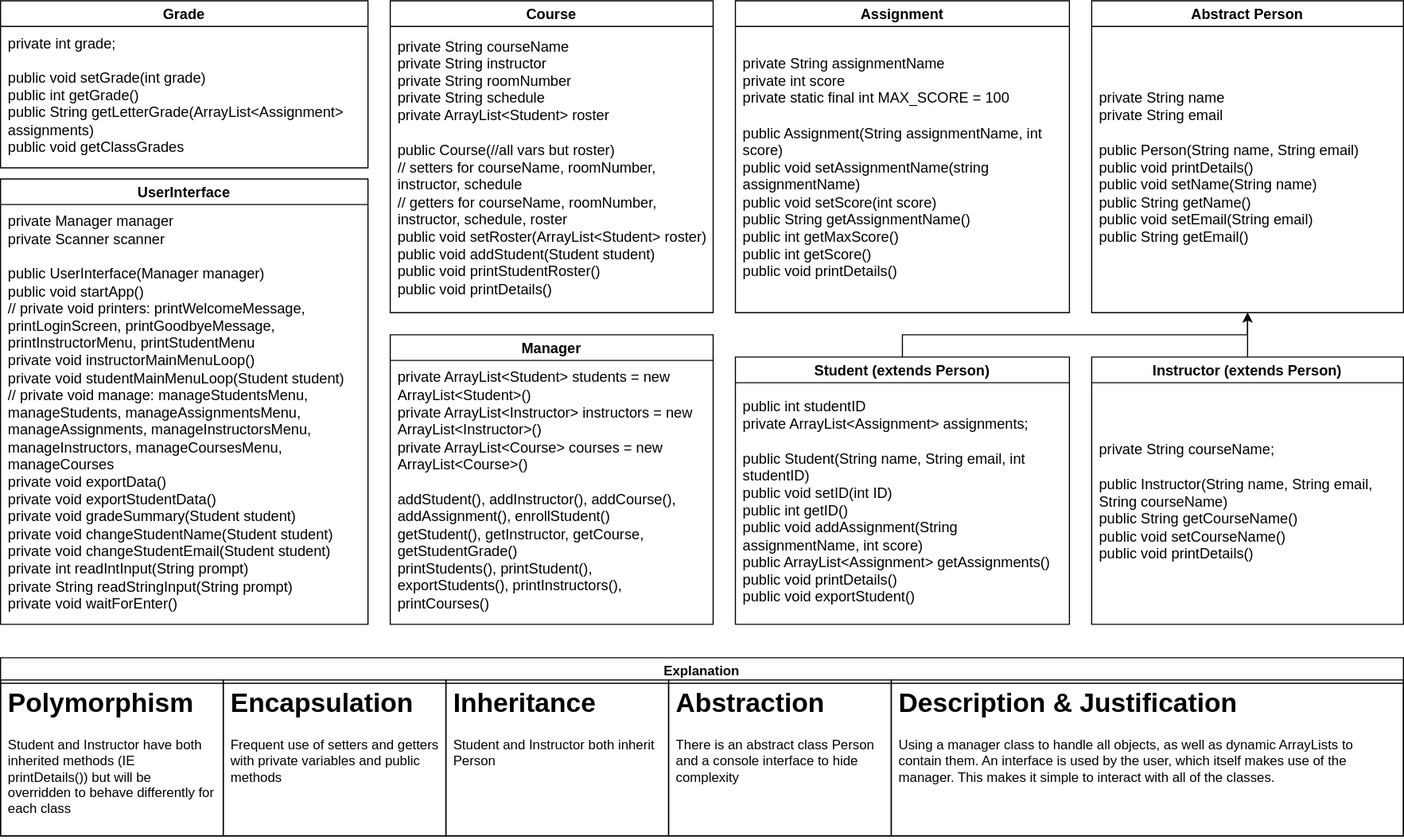
This is CourseManagementSystem_Team-Design.drawio.svg from brianrey/PasoEats, a draw.io export, as it was before one commit. Source tidied: cells renumbered, new cells last; positions are measured from the earlier drawing's top-left corner, leaving out a move shared by most shapes. The source it was exported from:
```xml
<mxGraphModel>
  <root>
    <mxCell id="0" />
    <mxCell id="1" parent="0" />
    <mxCell id="2" value="&lt;div align=&quot;center&quot;&gt;Course&lt;/div&gt;" style="swimlane;whiteSpace=wrap;html=1;fontSize=13;align=center;spacingLeft=5;spacingRight=5;spacing=2;labelBackgroundColor=none;labelBorderColor=none;textShadow=0;" parent="1" vertex="1">
      <mxGeometry x="350" width="290" height="280" as="geometry" />
    </mxCell>
    <mxCell id="3" value="&lt;div&gt;private String courseName&lt;/div&gt;&lt;div&gt;private String instructor&lt;/div&gt;&lt;div&gt;private String roomNumber&lt;/div&gt;&lt;div&gt;private String schedule&lt;/div&gt;&lt;div&gt;private ArrayList&amp;lt;Student&amp;gt; roster&lt;/div&gt;&lt;div&gt;&lt;br&gt;&lt;/div&gt;&lt;div&gt;public Course(//all vars but roster)&lt;/div&gt;&lt;div&gt;// setters for courseName, roomNumber, instructor, schedule&lt;/div&gt;&lt;div&gt;// getters for courseName, roomNumber, instructor, schedule, roster&lt;/div&gt;&lt;div&gt;public void setRoster(ArrayList&amp;lt;Student&amp;gt; roster)&lt;/div&gt;&lt;div&gt;public void addStudent(Student student)&lt;/div&gt;&lt;div&gt;public void printStudentRoster()&lt;/div&gt;&lt;div&gt;public void printDetails()&lt;/div&gt;" style="text;html=1;align=left;verticalAlign=middle;whiteSpace=wrap;rounded=0;fontSize=13;spacingLeft=5;spacingRight=5;spacing=2;labelBackgroundColor=none;labelBorderColor=none;textShadow=0;" parent="2" vertex="1">
      <mxGeometry y="20" width="290" height="260" as="geometry" />
    </mxCell>
    <mxCell id="4" style="edgeStyle=orthogonalEdgeStyle;rounded=0;jettySize=auto;html=1;exitX=0.5;exitY=0;exitDx=0;exitDy=0;entryX=0.5;entryY=1;entryDx=0;entryDy=0;align=left;spacingLeft=5;spacingRight=5;spacing=2;labelBackgroundColor=none;labelBorderColor=none;textShadow=0;" parent="1" edge="1" source="5" target="15">
      <mxGeometry relative="1" as="geometry" />
    </mxCell>
    <mxCell id="5" value="&lt;div align=&quot;center&quot;&gt;Student (extends Person)&lt;/div&gt;" style="swimlane;whiteSpace=wrap;html=1;fontSize=13;align=center;spacingLeft=5;spacingRight=5;spacing=2;labelBackgroundColor=none;labelBorderColor=none;textShadow=0;" parent="1" vertex="1">
      <mxGeometry x="660" y="320" width="300" height="240" as="geometry" />
    </mxCell>
    <mxCell id="6" value="&lt;div&gt;&lt;div&gt;public int studentID&lt;/div&gt;&lt;div&gt;private ArrayList&amp;lt;Assignment&amp;gt; assignments;&lt;/div&gt;&lt;div&gt;&lt;br&gt;&lt;/div&gt;&lt;div&gt;public Student(String name, String email, int studentID)&lt;/div&gt;&lt;/div&gt;&lt;div&gt;public void setID(int ID)&lt;/div&gt;&lt;div&gt;public int getID()&lt;/div&gt;&lt;div&gt;public void addAssignment(String assignmentName, int score)&lt;/div&gt;&lt;div&gt;public ArrayList&amp;lt;Assignment&amp;gt; getAssignments()&lt;/div&gt;&lt;div&gt;&lt;div&gt;&lt;div&gt;public void printDetails()&lt;/div&gt;&lt;div&gt;public void exportStudent()&lt;/div&gt;&lt;/div&gt;&lt;/div&gt;" style="text;html=1;align=left;verticalAlign=middle;whiteSpace=wrap;rounded=0;fontSize=13;spacingLeft=5;spacingRight=5;spacing=2;labelBackgroundColor=none;labelBorderColor=none;textShadow=0;" parent="5" vertex="1">
      <mxGeometry y="20" width="300" height="220" as="geometry" />
    </mxCell>
    <mxCell id="7" value="&lt;div align=&quot;center&quot;&gt;Assignment&lt;/div&gt;" style="swimlane;whiteSpace=wrap;html=1;fontSize=13;align=center;spacingLeft=5;spacingRight=5;spacing=2;labelBackgroundColor=none;labelBorderColor=none;textShadow=0;" parent="1" vertex="1">
      <mxGeometry x="660" width="300" height="280" as="geometry" />
    </mxCell>
    <mxCell id="8" value="&lt;div&gt;private String assignmentName&lt;/div&gt;&lt;div&gt;private int score&lt;/div&gt;&lt;div&gt;private static final int MAX_SCORE = 100&lt;/div&gt;&lt;div&gt;&lt;br&gt;&lt;/div&gt;&lt;div&gt;public Assignment(String assignmentName, int score)&lt;/div&gt;&lt;div&gt;public void setAssignmentName(string assignmentName)&lt;/div&gt;&lt;div&gt;public void setScore(int score)&lt;/div&gt;&lt;div&gt;public String getAssignmentName()&lt;/div&gt;&lt;div&gt;public int getMaxScore()&lt;/div&gt;&lt;div&gt;public int getScore()&lt;/div&gt;&lt;div&gt;public void printDetails()&lt;/div&gt;" style="text;html=1;align=left;verticalAlign=middle;whiteSpace=wrap;rounded=0;fontSize=13;spacingLeft=5;spacingRight=5;spacing=2;labelBackgroundColor=none;labelBorderColor=none;textShadow=0;" parent="7" vertex="1">
      <mxGeometry y="20" width="300" height="260" as="geometry" />
    </mxCell>
    <mxCell id="9" value="&lt;div align=&quot;center&quot;&gt;Grade&lt;/div&gt;" style="swimlane;whiteSpace=wrap;html=1;fontSize=13;align=center;spacingLeft=5;spacingRight=5;spacing=2;labelBackgroundColor=none;labelBorderColor=none;textShadow=0;" parent="1" vertex="1">
      <mxGeometry width="330" height="150" as="geometry" />
    </mxCell>
    <mxCell id="10" value="&lt;div&gt;private int grade;&lt;/div&gt;&lt;div&gt;&lt;br&gt;&lt;/div&gt;&lt;div&gt;public void setGrade(int grade)&lt;/div&gt;&lt;div&gt;public int getGrade()&lt;/div&gt;&lt;div&gt;public String getLetterGrade(ArrayList&amp;lt;Assignment&amp;gt; assignments)&lt;/div&gt;&lt;div&gt;public void getClassGrades&lt;/div&gt;" style="text;html=1;align=left;verticalAlign=middle;whiteSpace=wrap;rounded=0;fontSize=13;spacingLeft=5;spacingRight=5;spacing=2;labelBackgroundColor=none;labelBorderColor=none;textShadow=0;" parent="9" vertex="1">
      <mxGeometry y="20" width="330" height="130" as="geometry" />
    </mxCell>
    <mxCell id="11" style="edgeStyle=orthogonalEdgeStyle;rounded=0;jettySize=auto;html=1;exitX=0.5;exitY=0;exitDx=0;exitDy=0;entryX=0.5;entryY=1;entryDx=0;entryDy=0;align=left;spacingLeft=5;spacingRight=5;spacing=2;labelBackgroundColor=none;labelBorderColor=none;textShadow=0;" parent="1" edge="1" source="12" target="15">
      <mxGeometry relative="1" as="geometry" />
    </mxCell>
    <mxCell id="12" value="&lt;div align=&quot;center&quot;&gt;Instructor (extends Person)&lt;/div&gt;" style="swimlane;whiteSpace=wrap;html=1;fontSize=13;align=center;spacingLeft=5;spacingRight=5;spacing=2;labelBackgroundColor=none;labelBorderColor=none;textShadow=0;" parent="1" vertex="1">
      <mxGeometry x="980" y="320" width="280" height="240" as="geometry" />
    </mxCell>
    <mxCell id="13" value="&lt;div&gt;private String courseName;&lt;/div&gt;&lt;div&gt;&lt;br&gt;&lt;/div&gt;&lt;div&gt;public Instructor(String name, String email, String courseName)&lt;/div&gt;&lt;div&gt;public String getCourseName()&lt;/div&gt;&lt;div&gt;public void setCourseName()&lt;/div&gt;&lt;div&gt;public void printDetails()&lt;/div&gt;" style="text;html=1;align=left;verticalAlign=middle;whiteSpace=wrap;rounded=0;fontSize=13;spacingLeft=5;spacingRight=5;spacing=2;labelBackgroundColor=none;labelBorderColor=none;textShadow=0;" parent="12" vertex="1">
      <mxGeometry y="20" width="280" height="220" as="geometry" />
    </mxCell>
    <mxCell id="14" value="&lt;div align=&quot;center&quot;&gt;Abstract Person&lt;/div&gt;" style="swimlane;whiteSpace=wrap;html=1;fontSize=13;align=center;spacingLeft=5;spacingRight=5;spacing=2;labelBackgroundColor=none;labelBorderColor=none;textShadow=0;" parent="1" vertex="1">
      <mxGeometry x="980" width="280" height="280" as="geometry" />
    </mxCell>
    <mxCell id="15" value="&lt;div&gt;private String name&lt;/div&gt;&lt;div&gt;private String email&lt;/div&gt;&lt;div&gt;&lt;br&gt;&lt;/div&gt;&lt;div&gt;&lt;div&gt;public Person(String name, String email)&lt;/div&gt;&lt;div&gt;public void printDetails()&lt;/div&gt;&lt;/div&gt;&lt;div&gt;public void setName(String name)&lt;/div&gt;&lt;div&gt;public String getName()&lt;/div&gt;&lt;div&gt;public void setEmail(String email)&lt;/div&gt;&lt;div&gt;public String getEmail()&lt;/div&gt;" style="text;html=1;align=left;verticalAlign=middle;whiteSpace=wrap;rounded=0;fontSize=13;spacingLeft=5;spacingRight=5;spacing=2;labelBackgroundColor=none;labelBorderColor=none;textShadow=0;" parent="14" vertex="1">
      <mxGeometry y="20" width="280" height="260" as="geometry" />
    </mxCell>
    <mxCell id="16" value="&lt;div align=&quot;center&quot;&gt;Manager&lt;/div&gt;" style="swimlane;whiteSpace=wrap;html=1;fontSize=13;align=center;spacingLeft=5;spacingRight=5;spacing=2;labelBackgroundColor=none;labelBorderColor=none;textShadow=0;" parent="1" vertex="1">
      <mxGeometry x="350" y="300" width="290" height="260" as="geometry" />
    </mxCell>
    <mxCell id="17" value="&lt;div&gt;private ArrayList&amp;lt;Student&amp;gt; students = new ArrayList&amp;lt;Student&amp;gt;()&lt;/div&gt;&lt;div&gt;&lt;div&gt;private ArrayList&amp;lt;Instructor&amp;gt; instructors = new ArrayList&amp;lt;Instructor&amp;gt;()&lt;/div&gt;&lt;/div&gt;&lt;div&gt;&lt;div&gt;private ArrayList&amp;lt;Course&amp;gt; courses = new ArrayList&amp;lt;Course&amp;gt;()&lt;/div&gt;&lt;/div&gt;&lt;div&gt;&lt;br&gt;&lt;/div&gt;&lt;div&gt;addStudent(), addInstructor(), addCourse(), addAssignment(), enrollStudent()&lt;/div&gt;&lt;div&gt;getStudent(), getInstructor, getCourse, getStudentGrade()&lt;/div&gt;&lt;div&gt;printStudents(), printStudent(), exportStudents(), printInstructors(), printCourses()&lt;/div&gt;" style="text;html=1;align=left;verticalAlign=middle;whiteSpace=wrap;rounded=0;fontSize=13;spacingLeft=5;spacingRight=5;spacing=2;labelBackgroundColor=none;labelBorderColor=none;textShadow=0;" parent="16" vertex="1">
      <mxGeometry y="20" width="290" height="240" as="geometry" />
    </mxCell>
    <mxCell id="18" value="&lt;div align=&quot;center&quot;&gt;Explanation&lt;/div&gt;" style="swimlane;whiteSpace=wrap;html=1;align=center;spacingLeft=5;spacingRight=5;spacing=2;labelBackgroundColor=none;labelBorderColor=none;textShadow=0;" parent="1" vertex="1">
      <mxGeometry y="590" width="1260" height="160" as="geometry" />
    </mxCell>
    <mxCell id="19" value="&lt;h1 style=&quot;margin-top: 0px;&quot;&gt;Polymorphism&lt;/h1&gt;&lt;p&gt;Student and Instructor have both inherited methods (IE printDetails()) but will be overridden to behave differently for each class&lt;/p&gt;" style="text;html=1;whiteSpace=wrap;overflow=hidden;rounded=0;spacingRight=5;spacingLeft=5;strokeColor=default;align=left;spacing=2;labelBackgroundColor=none;labelBorderColor=none;textShadow=0;" parent="18" vertex="1">
      <mxGeometry y="20" width="200" height="140" as="geometry" />
    </mxCell>
    <mxCell id="20" value="&lt;h1 style=&quot;margin-top: 0px;&quot;&gt;Encapsulation&lt;/h1&gt;&lt;p&gt;Frequent use of setters and getters with private variables and public methods &lt;br&gt;&lt;/p&gt;" style="text;html=1;whiteSpace=wrap;overflow=hidden;rounded=0;spacingRight=5;spacingLeft=5;strokeColor=default;align=left;spacing=2;labelBackgroundColor=none;labelBorderColor=none;textShadow=0;" parent="18" vertex="1">
      <mxGeometry x="200" y="20" width="200" height="140" as="geometry" />
    </mxCell>
    <mxCell id="21" value="&lt;h1 style=&quot;margin-top: 0px;&quot;&gt;Inheritance&lt;/h1&gt;&lt;p&gt;Student and Instructor both inherit Person&lt;/p&gt;" style="text;html=1;whiteSpace=wrap;overflow=hidden;rounded=0;spacingRight=5;spacingLeft=5;strokeColor=default;align=left;spacing=2;labelBackgroundColor=none;labelBorderColor=none;textShadow=0;" parent="18" vertex="1">
      <mxGeometry x="400" y="20" width="200" height="140" as="geometry" />
    </mxCell>
    <mxCell id="22" value="&lt;h1 style=&quot;margin-top: 0px;&quot;&gt;Abstraction&lt;/h1&gt;&lt;p&gt;There is an abstract class Person and a console interface to hide complexity&lt;/p&gt;" style="text;html=1;whiteSpace=wrap;overflow=hidden;rounded=0;spacingRight=5;spacingLeft=5;strokeColor=default;align=left;spacing=2;labelBackgroundColor=none;labelBorderColor=none;textShadow=0;" parent="18" vertex="1">
      <mxGeometry x="600" y="20" width="200" height="140" as="geometry" />
    </mxCell>
    <mxCell id="23" value="&lt;h1 style=&quot;margin-top: 0px;&quot;&gt;Description &amp;amp; Justification&lt;/h1&gt;&lt;p&gt;Using a manager class to handle all objects, as well as dynamic ArrayLists to contain them. An interface is used by the user, which itself makes use of the manager. This makes it simple to interact with all of the classes.&lt;/p&gt;" style="text;html=1;whiteSpace=wrap;overflow=hidden;rounded=0;spacingRight=5;spacingLeft=5;strokeColor=default;align=left;spacing=2;labelBackgroundColor=none;labelBorderColor=none;textShadow=0;" parent="18" vertex="1">
      <mxGeometry x="800" y="20" width="460" height="140" as="geometry" />
    </mxCell>
    <mxCell id="24" value="UserInterface" style="swimlane;whiteSpace=wrap;html=1;fontSize=13;align=center;spacingLeft=5;spacingRight=5;spacing=2;labelBackgroundColor=none;labelBorderColor=none;textShadow=0;" parent="1" vertex="1">
      <mxGeometry y="160" width="330" height="400" as="geometry" />
    </mxCell>
    <mxCell id="25" value="&lt;div&gt;private Manager manager&lt;/div&gt;&lt;div&gt;private Scanner scanner&lt;/div&gt;&lt;div&gt;&lt;br&gt;&lt;/div&gt;&lt;div&gt;public UserInterface(Manager manager)&lt;/div&gt;&lt;div&gt;public void startApp()&lt;/div&gt;&lt;div&gt;// private void printers: printWelcomeMessage, printLoginScreen, printGoodbyeMessage, printInstructorMenu, printStudentMenu&lt;/div&gt;&lt;div&gt;private void instructorMainMenuLoop()&lt;/div&gt;&lt;div&gt;private void studentMainMenuLoop(Student student)&lt;/div&gt;&lt;div&gt;// private void manage: manageStudentsMenu, manageStudents, manageAssignmentsMenu, manageAssignments, manageInstructorsMenu, manageInstructors, manageCoursesMenu, manageCourses&lt;/div&gt;&lt;div&gt;private void exportData()&lt;/div&gt;&lt;div&gt;private void exportStudentData()&lt;/div&gt;&lt;div&gt;private void gradeSummary(Student student)&lt;/div&gt;&lt;div&gt;private void changeStudentName(Student student)&lt;/div&gt;&lt;div&gt;private void changeStudentEmail(Student student)&lt;/div&gt;&lt;div&gt;private int readIntInput(String prompt)&lt;/div&gt;&lt;div&gt;private String readStringInput(String prompt)&lt;/div&gt;&lt;div&gt;private void waitForEnter()&lt;/div&gt;" style="text;html=1;align=left;verticalAlign=middle;whiteSpace=wrap;rounded=0;fontSize=13;spacingLeft=5;spacingRight=5;spacing=2;labelBackgroundColor=none;labelBorderColor=none;textShadow=0;" parent="24" vertex="1">
      <mxGeometry y="20" width="330" height="380" as="geometry" />
    </mxCell>
  </root>
</mxGraphModel>
```
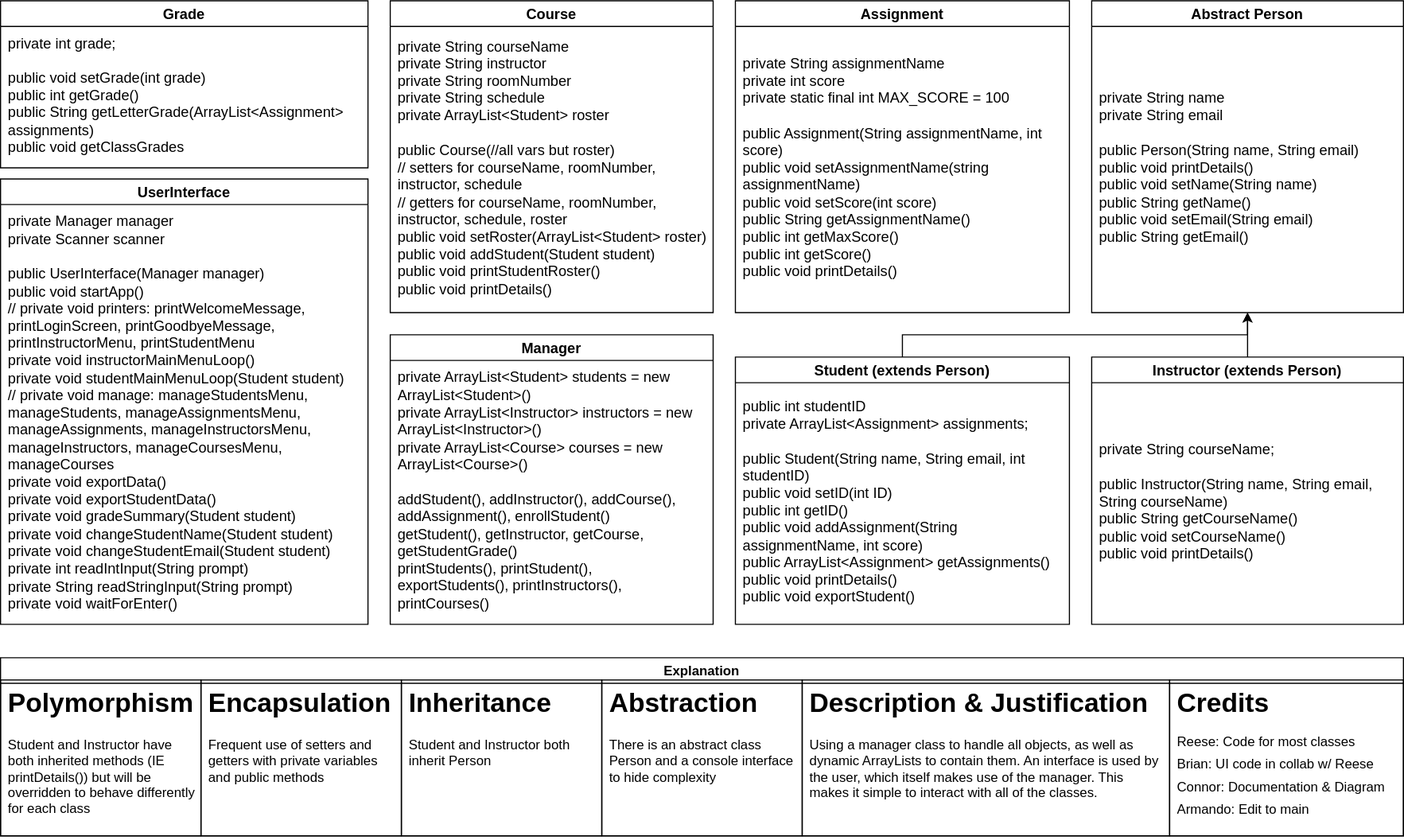
Later version of the same file.

The edit, as a diff of the source:
```diff
@@ -54,20 +54,23 @@
       <mxGeometry y="590" width="1260" height="160" as="geometry" />
     </mxCell>
     <mxCell id="19" value="&lt;h1 style=&quot;margin-top: 0px;&quot;&gt;Polymorphism&lt;/h1&gt;&lt;p&gt;Student and Instructor have both inherited methods (IE printDetails()) but will be overridden to behave differently for each class&lt;/p&gt;" style="text;html=1;whiteSpace=wrap;overflow=hidden;rounded=0;spacingRight=5;spacingLeft=5;strokeColor=default;align=left;spacing=2;labelBackgroundColor=none;labelBorderColor=none;textShadow=0;" parent="18" vertex="1">
-      <mxGeometry y="20" width="200" height="140" as="geometry" />
+      <mxGeometry y="20" width="180" height="140" as="geometry" />
     </mxCell>
     <mxCell id="20" value="&lt;h1 style=&quot;margin-top: 0px;&quot;&gt;Encapsulation&lt;/h1&gt;&lt;p&gt;Frequent use of setters and getters with private variables and public methods &lt;br&gt;&lt;/p&gt;" style="text;html=1;whiteSpace=wrap;overflow=hidden;rounded=0;spacingRight=5;spacingLeft=5;strokeColor=default;align=left;spacing=2;labelBackgroundColor=none;labelBorderColor=none;textShadow=0;" parent="18" vertex="1">
-      <mxGeometry x="200" y="20" width="200" height="140" as="geometry" />
+      <mxGeometry x="180" y="20" width="180" height="140" as="geometry" />
     </mxCell>
     <mxCell id="21" value="&lt;h1 style=&quot;margin-top: 0px;&quot;&gt;Inheritance&lt;/h1&gt;&lt;p&gt;Student and Instructor both inherit Person&lt;/p&gt;" style="text;html=1;whiteSpace=wrap;overflow=hidden;rounded=0;spacingRight=5;spacingLeft=5;strokeColor=default;align=left;spacing=2;labelBackgroundColor=none;labelBorderColor=none;textShadow=0;" parent="18" vertex="1">
-      <mxGeometry x="400" y="20" width="200" height="140" as="geometry" />
+      <mxGeometry x="360" y="20" width="180" height="140" as="geometry" />
     </mxCell>
     <mxCell id="22" value="&lt;h1 style=&quot;margin-top: 0px;&quot;&gt;Abstraction&lt;/h1&gt;&lt;p&gt;There is an abstract class Person and a console interface to hide complexity&lt;/p&gt;" style="text;html=1;whiteSpace=wrap;overflow=hidden;rounded=0;spacingRight=5;spacingLeft=5;strokeColor=default;align=left;spacing=2;labelBackgroundColor=none;labelBorderColor=none;textShadow=0;" parent="18" vertex="1">
-      <mxGeometry x="600" y="20" width="200" height="140" as="geometry" />
+      <mxGeometry x="540" y="20" width="180" height="140" as="geometry" />
     </mxCell>
     <mxCell id="23" value="&lt;h1 style=&quot;margin-top: 0px;&quot;&gt;Description &amp;amp; Justification&lt;/h1&gt;&lt;p&gt;Using a manager class to handle all objects, as well as dynamic ArrayLists to contain them. An interface is used by the user, which itself makes use of the manager. This makes it simple to interact with all of the classes.&lt;/p&gt;" style="text;html=1;whiteSpace=wrap;overflow=hidden;rounded=0;spacingRight=5;spacingLeft=5;strokeColor=default;align=left;spacing=2;labelBackgroundColor=none;labelBorderColor=none;textShadow=0;" parent="18" vertex="1">
-      <mxGeometry x="800" y="20" width="460" height="140" as="geometry" />
+      <mxGeometry x="720" y="20" width="330" height="140" as="geometry" />
     </mxCell>
+    <mxCell id="26" value="&lt;h1 style=&quot;margin-top: 0px;&quot;&gt;Credits&lt;/h1&gt;&lt;p style=&quot;line-height: 70%;&quot;&gt;Reese: Code for most classes&lt;/p&gt;&lt;p style=&quot;line-height: 70%;&quot;&gt;Brian: UI code in collab w/ Reese&lt;/p&gt;&lt;p style=&quot;line-height: 70%;&quot;&gt;Connor: Documentation &amp;amp; Diagram&lt;/p&gt;&lt;p style=&quot;line-height: 70%;&quot;&gt;Armando: Edit to main&lt;/p&gt;" style="text;html=1;whiteSpace=wrap;overflow=hidden;rounded=0;spacingRight=5;spacingLeft=5;strokeColor=default;align=left;spacing=2;labelBackgroundColor=none;labelBorderColor=none;textShadow=0;" parent="18" vertex="1">
+      <mxGeometry x="1050" y="20" width="210" height="140" as="geometry" />
+    </mxCell>
     <mxCell id="24" value="UserInterface" style="swimlane;whiteSpace=wrap;html=1;fontSize=13;align=center;spacingLeft=5;spacingRight=5;spacing=2;labelBackgroundColor=none;labelBorderColor=none;textShadow=0;" parent="1" vertex="1">
       <mxGeometry y="160" width="330" height="400" as="geometry" />
     </mxCell>
```
